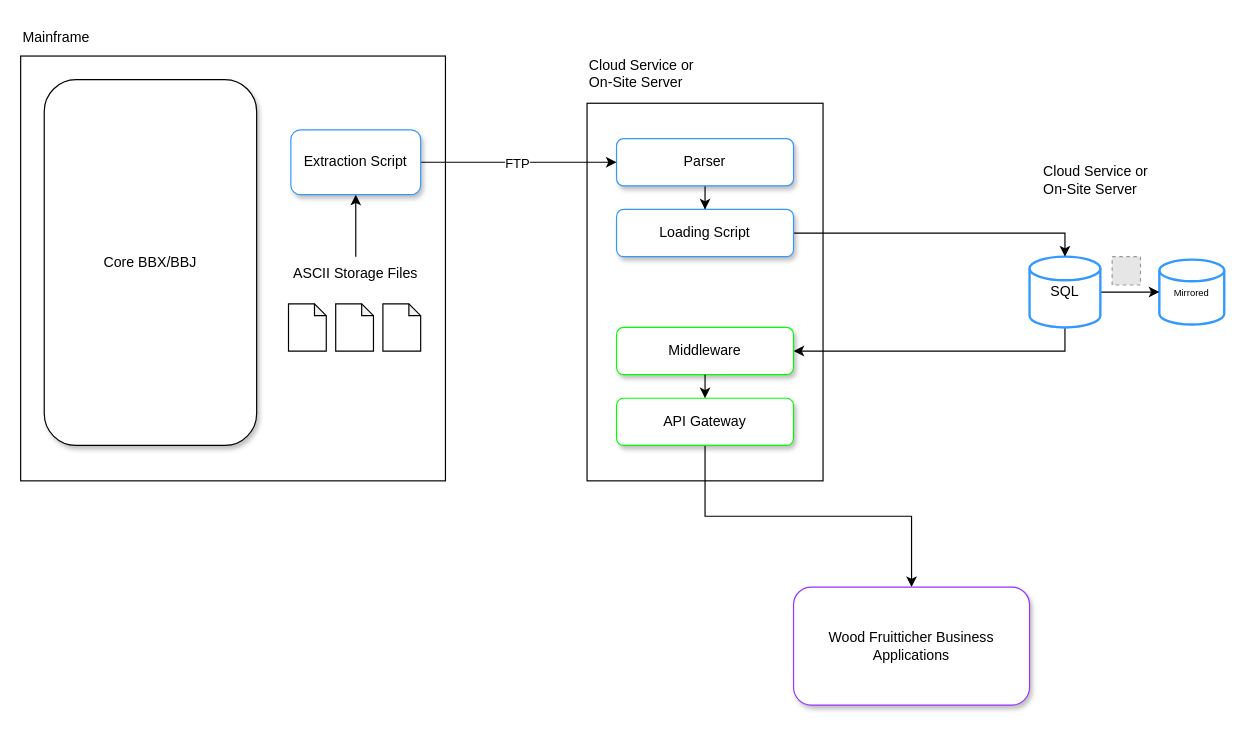
Before: HighLevel.drawio in Nicholas-Zarate/Nicholas-Zarate, a draw.io diagram. Source tidied: cells renumbered, new cells numbered last; positions are measured from the earlier drawing's top-left corner, leaving out a move shared by most shapes. Both pictures are drawn from the tidied source at 118%, with x=0, y=0 at pixel (20, 20). Pictures stored in the file or linked from it are replaced by grey dashed boxes.
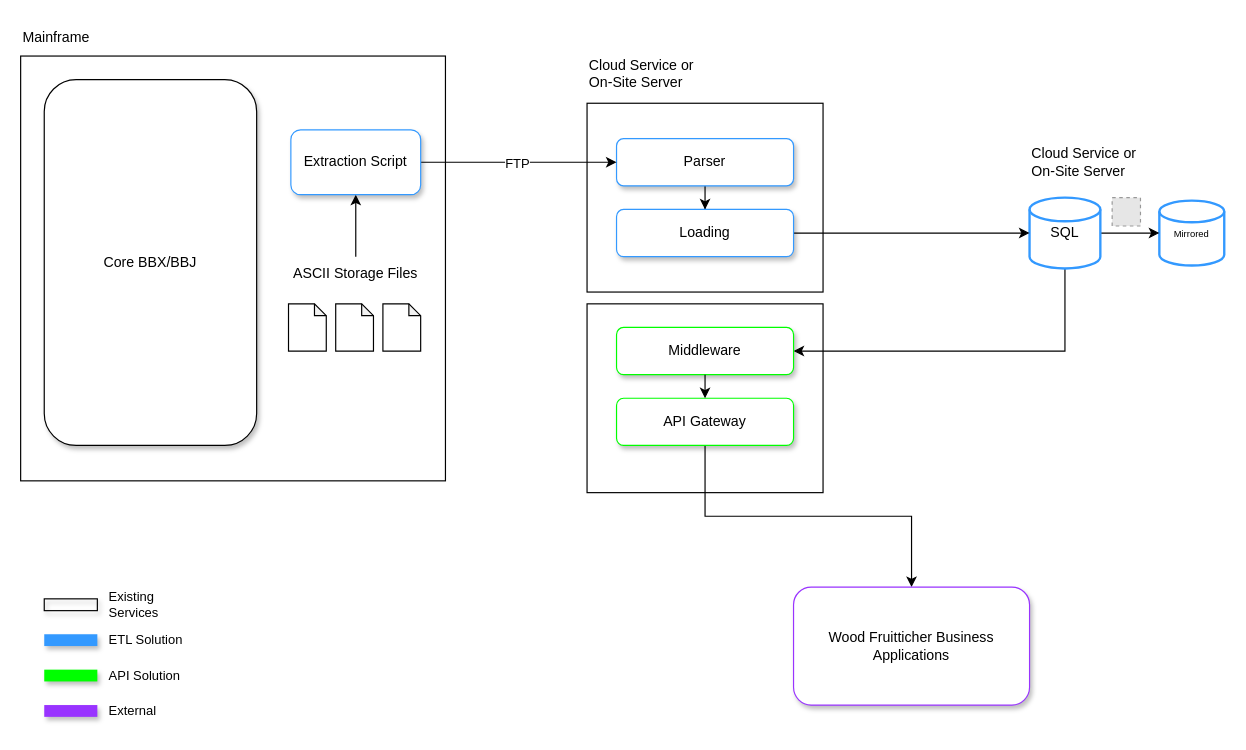
Above is the later version.

The edit, as a diff of the source:
```diff
@@
+    <mxCell id="30" style="rounded=0;whiteSpace=wrap;html=1;" parent="1" vertex="1">
+      <mxGeometry x="480" y="240" width="200" height="160" as="geometry" />
+    </mxCell>
@@
     <mxCell id="3" style="rounded=0;whiteSpace=wrap;html=1;" parent="1" vertex="1">
-      <mxGeometry x="480" y="70" width="200" height="320" as="geometry" />
+      <mxGeometry x="480" y="70" width="200" height="160" as="geometry" />
     </mxCell>
     <mxCell id="4" value="&lt;font style=&quot;font-size: 8px;&quot;&gt;Mirrored&lt;/font&gt;" style="strokeWidth=2;html=1;shape=mxgraph.flowchart.database;whiteSpace=wrap;strokeColor=#3399FF;" parent="1" vertex="1">
-      <mxGeometry x="965" y="202.5" width="55" height="55" as="geometry" />
+      <mxGeometry x="965" y="152.5" width="55" height="55" as="geometry" />
     </mxCell>
@@
     <mxCell id="7" value="SQL" style="strokeWidth=2;html=1;shape=mxgraph.flowchart.database;whiteSpace=wrap;strokeColor=#3399FF;" parent="1" vertex="1">
-      <mxGeometry x="855" y="200" width="60" height="60" as="geometry" />
+      <mxGeometry x="855" y="150" width="60" height="60" as="geometry" />
     </mxCell>
@@
-    <mxCell id="13" style="edgeStyle=orthogonalEdgeStyle;rounded=0;jettySize=auto;html=1;exitX=1;exitY=0.5;exitDx=0;exitDy=0;entryX=0.5;entryY=0;entryDx=0;entryDy=0;entryPerimeter=0;fontSize=10;" parent="1" edge="1" source="14" target="7">
+    <mxCell id="13" style="edgeStyle=orthogonalEdgeStyle;rounded=0;jettySize=auto;html=1;exitX=1;exitY=0.5;exitDx=0;exitDy=0;entryX=0;entryY=0.5;entryDx=0;entryDy=0;entryPerimeter=0;fontSize=10;" parent="1" edge="1" source="14" target="7">
       <mxGeometry relative="1" as="geometry" />
     </mxCell>
-    <mxCell id="14" value="Loading Script" style="rounded=1;whiteSpace=wrap;html=1;strokeColor=#3399FF;shadow=1;" parent="1" vertex="1">
+    <mxCell id="14" value="Loading" style="rounded=1;whiteSpace=wrap;html=1;strokeColor=#3399FF;shadow=1;" parent="1" vertex="1">
       <mxGeometry x="505" y="160" width="150" height="40" as="geometry" />
     </mxCell>
@@
     <mxCell id="27" value="Cloud Service or On-Site Server" style="text;html=1;strokeColor=none;fillColor=none;align=left;verticalAlign=middle;whiteSpace=wrap;rounded=0;" parent="1" vertex="1">
-      <mxGeometry x="865" y="120" width="110" height="30" as="geometry" />
+      <mxGeometry x="855" y="105" width="110" height="30" as="geometry" />
     </mxCell>
@@
     <mxCell id="29" style="fillColor=#E6E6E6;strokeColor=#999999;dashed=1;html=1;verticalAlign=top;verticalLabelPosition=bottom;labelBackgroundColor=default;fontSize=8;fontColor=#FFFFFF;" parent="1" vertex="1">
-      <mxGeometry x="925" y="200" width="24" height="24" as="geometry" />
+      <mxGeometry x="925" y="150" width="24" height="24" as="geometry" />
     </mxCell>
+    <mxCell id="31" style="rounded=0;whiteSpace=wrap;html=1;shadow=1;glass=0;labelBackgroundColor=default;labelBorderColor=none;sketch=0;fontSize=8;fontColor=#FFFFFF;strokeColor=none;fillColor=#3399FF;" parent="1" vertex="1">
+      <mxGeometry x="20" y="520" width="45" height="10" as="geometry" />
+    </mxCell>
+    <mxCell id="32" style="rounded=0;whiteSpace=wrap;html=1;shadow=1;glass=0;labelBackgroundColor=default;labelBorderColor=none;sketch=0;fontSize=8;fontColor=#FFFFFF;strokeColor=default;fillColor=none;" parent="1" vertex="1">
+      <mxGeometry x="20" y="490" width="45" height="10" as="geometry" />
+    </mxCell>
+    <mxCell id="33" style="rounded=0;whiteSpace=wrap;html=1;shadow=1;glass=0;labelBackgroundColor=default;labelBorderColor=none;sketch=0;fontSize=8;fontColor=#FFFFFF;strokeColor=none;fillColor=#00FF00;" parent="1" vertex="1">
+      <mxGeometry x="20" y="550" width="45" height="10" as="geometry" />
+    </mxCell>
+    <mxCell id="34" style="rounded=0;whiteSpace=wrap;html=1;shadow=1;glass=0;labelBackgroundColor=default;labelBorderColor=none;sketch=0;fontSize=8;fontColor=#FFFFFF;strokeColor=none;fillColor=#9933FF;" parent="1" vertex="1">
+      <mxGeometry x="20" y="580" width="45" height="10" as="geometry" />
+    </mxCell>
+    <mxCell id="35" value="Existing Services" style="text;html=1;strokeColor=none;fillColor=none;align=left;verticalAlign=middle;whiteSpace=wrap;rounded=0;shadow=1;glass=0;labelBackgroundColor=default;labelBorderColor=none;sketch=0;fontSize=11;fontColor=#000000;" parent="1" vertex="1">
+      <mxGeometry x="72.5" y="485" width="75" height="20" as="geometry" />
+    </mxCell>
+    <mxCell id="36" value="ETL Solution" style="text;html=1;strokeColor=none;fillColor=none;align=left;verticalAlign=middle;whiteSpace=wrap;rounded=0;shadow=1;glass=0;labelBackgroundColor=default;labelBorderColor=none;sketch=0;fontSize=11;fontColor=#000000;" parent="1" vertex="1">
+      <mxGeometry x="72.5" y="515" width="75" height="20" as="geometry" />
+    </mxCell>
+    <mxCell id="37" value="API Solution" style="text;html=1;strokeColor=none;fillColor=none;align=left;verticalAlign=middle;whiteSpace=wrap;rounded=0;shadow=1;glass=0;labelBackgroundColor=default;labelBorderColor=none;sketch=0;fontSize=11;fontColor=#000000;" parent="1" vertex="1">
+      <mxGeometry x="72.5" y="545" width="75" height="20" as="geometry" />
+    </mxCell>
+    <mxCell id="38" value="External" style="text;html=1;strokeColor=none;fillColor=none;align=left;verticalAlign=middle;whiteSpace=wrap;rounded=0;shadow=1;glass=0;labelBackgroundColor=default;labelBorderColor=none;sketch=0;fontSize=11;fontColor=#000000;" parent="1" vertex="1">
+      <mxGeometry x="72.5" y="575" width="75" height="20" as="geometry" />
+    </mxCell>
```
